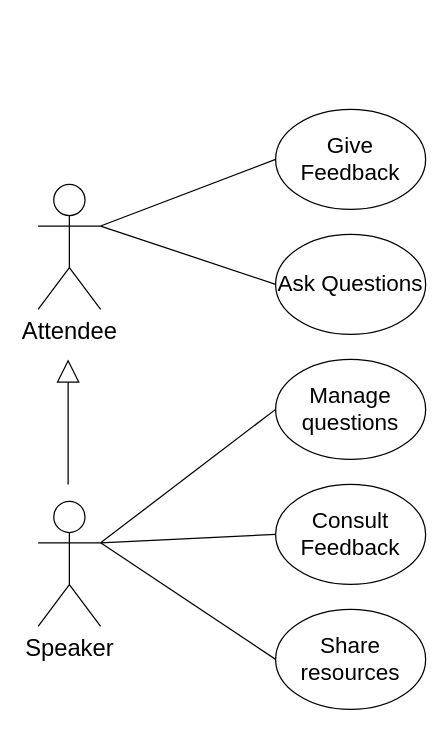
Earlier version of the draw.io diagram Use Case Diagram.drawio (softeng-feup/open-cx-aacm). Source tidied: cells renumbered, new cells numbered last; positions are measured from the earlier drawing's top-left corner, leaving out a move shared by most shapes. Both pictures are drawn from the tidied source at 125%, with x=0, y=0 at pixel (38, 109).
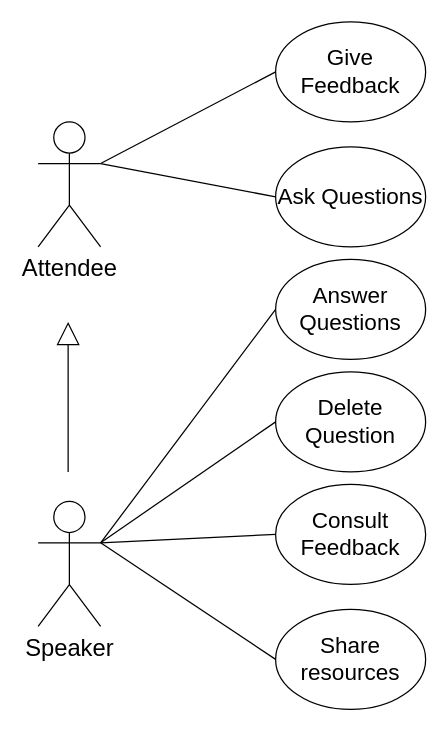
After the change.

Unchanged cells that the change refers to:
```xml
<mxCell id="12" value="Speaker" style="shape=umlActor;verticalLabelPosition=bottom;labelBackgroundColor=#ffffff;verticalAlign=top;html=1;outlineConnect=0;fontSize=19;" parent="1" vertex="1">
  <mxGeometry y="313.5" width="50" height="100" as="geometry" />
</mxCell>
```

Diff of the diagram source:
```diff
@@
     <mxCell id="2" value="Attendee" style="shape=umlActor;verticalLabelPosition=bottom;labelBackgroundColor=#ffffff;verticalAlign=top;html=1;outlineConnect=0;fontSize=19;" parent="1" vertex="1">
-      <mxGeometry y="60" width="50" height="100" as="geometry" />
+      <mxGeometry y="10" width="50" height="100" as="geometry" />
     </mxCell>
     <mxCell id="3" value="Ask Questions" style="ellipse;whiteSpace=wrap;html=1;fontSize=18;" parent="1" vertex="1">
-      <mxGeometry x="190" y="100" width="120" height="80" as="geometry" />
+      <mxGeometry x="190" y="30" width="120" height="80" as="geometry" />
     </mxCell>
     <mxCell id="4" value="Give Feedback" style="ellipse;whiteSpace=wrap;html=1;fontSize=18;" parent="1" vertex="1">
-      <mxGeometry x="190" width="120" height="80" as="geometry" />
+      <mxGeometry x="190" y="-70" width="120" height="80" as="geometry" />
     </mxCell>
@@
-    <mxCell id="7" value="Manage questions" style="ellipse;whiteSpace=wrap;html=1;fontSize=18;" parent="1" vertex="1">
-      <mxGeometry x="190" y="200" width="120" height="80" as="geometry" />
+    <mxCell id="7" value="&lt;div&gt;Delete&lt;/div&gt;&lt;div&gt;Question&lt;br&gt;&lt;/div&gt;" style="ellipse;whiteSpace=wrap;html=1;fontSize=18;" parent="1" vertex="1">
+      <mxGeometry x="190" y="210" width="120" height="80" as="geometry" />
     </mxCell>
@@
     <mxCell id="11" style="endArrow=block;endSize=16;endFill=0;html=1;fontSize=19;" parent="1" edge="1">
       <mxGeometry relative="1" as="geometry">
-        <mxPoint x="24" y="300" as="sourcePoint" />
-        <mxPoint x="24" y="200" as="targetPoint" />
+        <mxPoint x="24" y="290" as="sourcePoint" />
+        <mxPoint x="24" y="170" as="targetPoint" />
         <Array as="points">
-          <mxPoint x="24" y="220" />
+          <mxPoint x="24" y="190" />
         </Array>
       </mxGeometry>
     </mxCell>
@@
+    <mxCell id="15" value="&lt;div&gt;Answer&lt;/div&gt;&lt;div&gt;Questions&lt;br&gt;&lt;/div&gt;" style="ellipse;whiteSpace=wrap;html=1;fontSize=18;" parent="1" vertex="1">
+      <mxGeometry x="190" y="120" width="120" height="80" as="geometry" />
+    </mxCell>
+    <mxCell id="16" style="endArrow=none;html=1;fontSize=20;entryX=0;entryY=0.5;entryDx=0;entryDy=0;exitX=1;exitY=0.3333333333333333;exitDx=0;exitDy=0;exitPerimeter=0;" parent="1" edge="1" source="12" target="15">
+      <mxGeometry relative="1" as="geometry" />
+    </mxCell>
```
